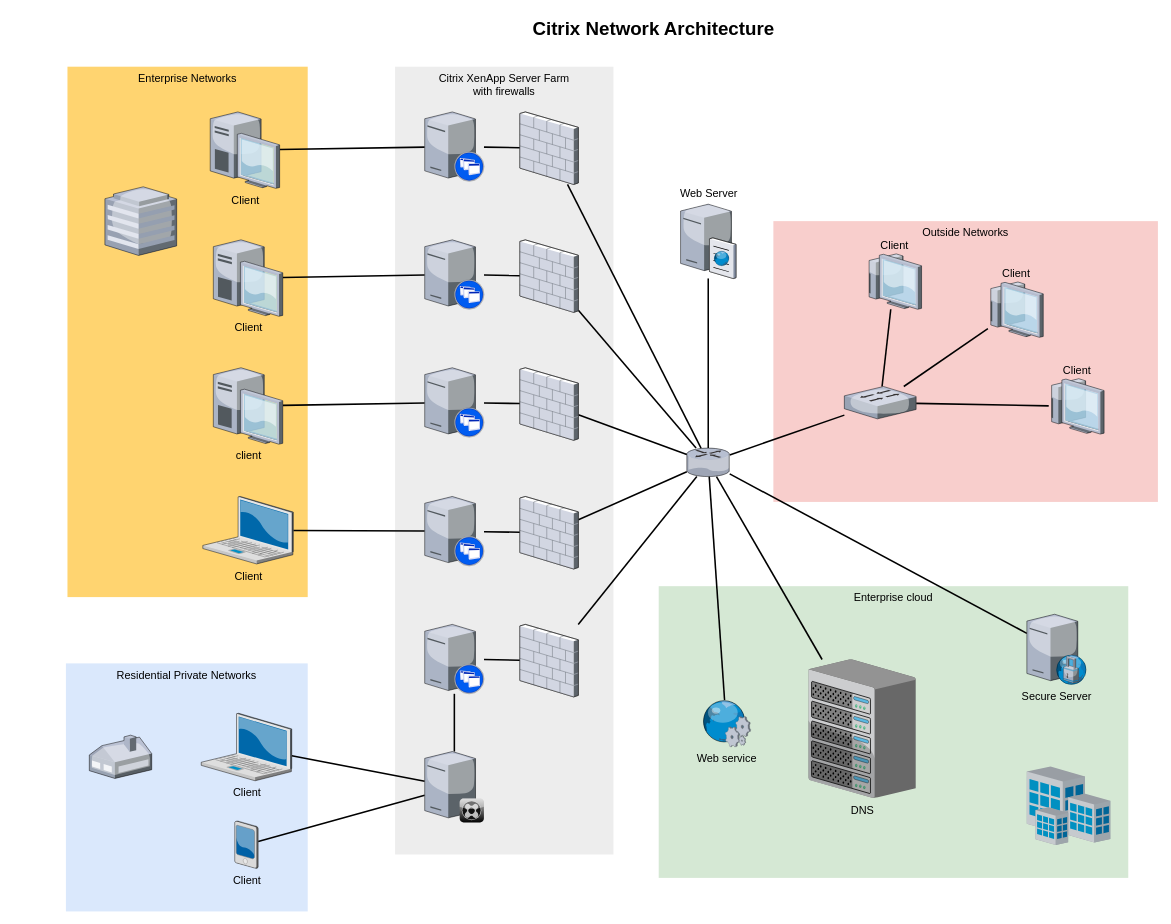
danrod96/network-diagrams keeps this draw.io diagram as files/Untitled Diagram.drawio. Above is the earlier version. Source tidied: cells renumbered, new cells numbered last; positions are measured from the earlier drawing's top-left corner, leaving out a move shared by most shapes. Both pictures are drawn from the tidied source at 78%, with x=0, y=0 at pixel (66, 13).
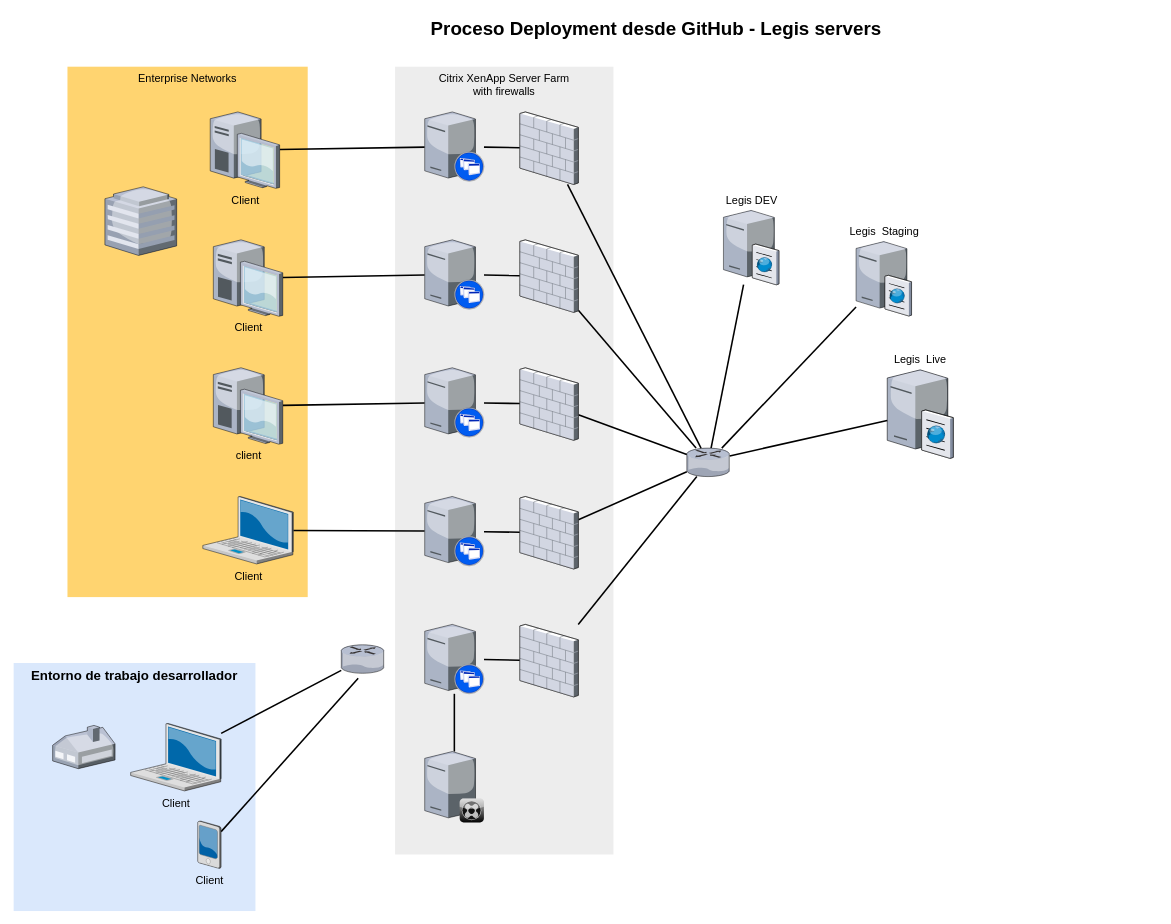
The same diagram, later.

The change refers to these unchanged cells:
```xml
<mxCell id="33" style="verticalLabelPosition=bottom;html=1;verticalAlign=top;strokeColor=none;shape=mxgraph.citrix.router;fillColor=#66B2FF;gradientColor=#0066CC;fontSize=14;" parent="1" vertex="1">
  <mxGeometry x="796" y="557" width="55" height="36.5" as="geometry" />
</mxCell>
<mxCell id="35" style="verticalLabelPosition=bottom;html=1;verticalAlign=top;strokeColor=none;shape=mxgraph.citrix.xenclient_synchronizer;fillColor=#CCCCCC;gradientColor=#000000;gradientDirection=south;fontSize=14;" parent="1" vertex="1">
  <mxGeometry x="460" y="946" width="76" height="91" as="geometry" />
</mxCell>
```

What changed in the source:
```diff
@@
-    <mxCell id="2" value="Outside Networks" style="whiteSpace=wrap;html=1;fillColor=#f8cecc;fontSize=14;strokeColor=none;verticalAlign=top;" parent="1" vertex="1">
-      <mxGeometry x="907" y="266" width="493" height="360" as="geometry" />
-    </mxCell>
-    <mxCell id="3" value="Enterprise cloud" style="whiteSpace=wrap;html=1;fillColor=#d5e8d4;fontSize=14;strokeColor=none;verticalAlign=top;" parent="1" vertex="1">
-      <mxGeometry x="760" y="734" width="602" height="374" as="geometry" />
-    </mxCell>
@@
-    <mxCell id="5" value="Residential Private Networks" style="whiteSpace=wrap;html=1;fillColor=#dae8fc;fontSize=14;strokeColor=none;verticalAlign=top;" parent="1" vertex="1">
-      <mxGeometry y="833" width="310" height="318" as="geometry" />
+    <mxCell id="5" value="&lt;b&gt;&lt;font style=&quot;font-size: 17px;&quot;&gt;Entorno de trabajo desarrollador&lt;/font&gt;&lt;/b&gt;" style="whiteSpace=wrap;html=1;fillColor=#dae8fc;fontSize=14;strokeColor=none;verticalAlign=top;" parent="1" vertex="1">
+      <mxGeometry x="-67" y="832.5" width="310" height="318" as="geometry" />
     </mxCell>
@@
-    <mxCell id="7" style="edgeStyle=none;rounded=0;html=1;startSize=10;endSize=10;jettySize=auto;fontSize=14;endArrow=none;endFill=0;strokeWidth=2;" parent="1" edge="1" source="8" target="35">
+    <mxCell id="7" style="edgeStyle=none;rounded=0;html=1;startSize=10;endSize=10;jettySize=auto;fontSize=14;endArrow=none;endFill=0;strokeWidth=2;" parent="1" edge="1" source="8" target="63">
       <mxGeometry relative="1" as="geometry" />
     </mxCell>
     <mxCell id="8" value="Client" style="verticalLabelPosition=bottom;html=1;verticalAlign=top;strokeColor=none;shape=mxgraph.citrix.laptop_2;fillColor=#66B2FF;gradientColor=#0066CC;fontSize=14;" parent="1" vertex="1">
-      <mxGeometry x="173.5" y="897" width="116" height="86.5" as="geometry" />
+      <mxGeometry x="83" y="910" width="116" height="86.5" as="geometry" />
     </mxCell>
@@
-    <mxCell id="17" style="edgeStyle=none;rounded=0;html=1;startSize=10;endSize=10;jettySize=auto;fontSize=14;endArrow=none;endFill=0;strokeWidth=2;" parent="1" edge="1" source="18" target="35">
+    <mxCell id="17" style="edgeStyle=none;rounded=0;html=1;startSize=10;endSize=10;jettySize=auto;fontSize=14;endArrow=none;endFill=0;strokeWidth=2;entryX=0.395;entryY=1.174;entryDx=0;entryDy=0;entryPerimeter=0;" parent="1" edge="1" source="18" target="63">
       <mxGeometry relative="1" as="geometry" />
     </mxCell>
     <mxCell id="18" value="Client" style="verticalLabelPosition=bottom;html=1;verticalAlign=top;strokeColor=none;shape=mxgraph.citrix.pda;fillColor=#66B2FF;gradientColor=#0066CC;fontSize=14;" parent="1" vertex="1">
-      <mxGeometry x="216.5" y="1035" width="30" height="61" as="geometry" />
+      <mxGeometry x="169" y="1035" width="30" height="61" as="geometry" />
     </mxCell>
@@
-    <mxCell id="29" style="edgeStyle=none;rounded=0;html=1;startSize=10;endSize=10;jettySize=auto;fontSize=14;endArrow=none;endFill=0;strokeWidth=2;" parent="1" edge="1" source="33" target="37">
-      <mxGeometry relative="1" as="geometry" />
-    </mxCell>
@@
-    <mxCell id="31" style="edgeStyle=none;rounded=0;html=1;startSize=10;endSize=10;jettySize=auto;fontSize=14;endArrow=none;endFill=0;strokeWidth=2;" parent="1" edge="1" source="33" target="54">
+    <mxCell id="31" style="edgeStyle=none;rounded=0;html=1;startSize=10;endSize=10;jettySize=auto;fontSize=14;endArrow=none;endFill=0;strokeWidth=2;" parent="1" edge="1" source="33" target="62">
       <mxGeometry relative="1" as="geometry" />
     </mxCell>
-    <mxCell id="32" style="edgeStyle=none;rounded=0;html=1;startSize=10;endSize=10;jettySize=auto;fontSize=14;endArrow=none;endFill=0;strokeWidth=2;" parent="1" edge="1" source="33" target="50">
-      <mxGeometry relative="1" as="geometry" />
-    </mxCell>
@@
-    <mxCell id="36" value="Web Server" style="verticalLabelPosition=top;html=1;verticalAlign=bottom;strokeColor=none;shape=mxgraph.citrix.cache_server;fillColor=#66B2FF;gradientColor=#0066CC;fontSize=14;labelPosition=center;align=center;" parent="1" vertex="1">
-      <mxGeometry x="788" y="242" width="71" height="97.5" as="geometry" />
+    <mxCell id="36" value="Legis DEV" style="verticalLabelPosition=top;html=1;verticalAlign=bottom;strokeColor=none;shape=mxgraph.citrix.cache_server;fillColor=#66B2FF;gradientColor=#0066CC;fontSize=14;labelPosition=center;align=center;" parent="1" vertex="1">
+      <mxGeometry x="843" y="250" width="71" height="97.5" as="geometry" />
     </mxCell>
-    <mxCell id="37" value="DNS" style="verticalLabelPosition=bottom;html=1;verticalAlign=top;strokeColor=none;shape=mxgraph.citrix.chassis;fillColor=#66B2FF;gradientColor=#0066CC;fontSize=14;" parent="1" vertex="1">
-      <mxGeometry x="952" y="828" width="137.5" height="177.5" as="geometry" />
-    </mxCell>
@@
     <mxCell id="48" style="verticalLabelPosition=bottom;html=1;verticalAlign=top;strokeColor=none;shape=mxgraph.citrix.home_office;fillColor=#66B2FF;gradientColor=#0066CC;fontSize=14;" parent="1" vertex="1">
-      <mxGeometry x="30" y="925" width="80" height="55.5" as="geometry" />
+      <mxGeometry x="-17" y="912.5" width="80" height="55.5" as="geometry" />
     </mxCell>
@@
-    <mxCell id="50" value="Secure Server" style="verticalLabelPosition=bottom;html=1;verticalAlign=top;strokeColor=none;shape=mxgraph.citrix.proxy_server;fillColor=#66B2FF;gradientColor=#0066CC;fontSize=14;" parent="1" vertex="1">
-      <mxGeometry x="1232" y="770" width="76.5" height="90" as="geometry" />
-    </mxCell>
-    <mxCell id="51" style="edgeStyle=none;rounded=0;html=1;startSize=10;endSize=10;jettySize=auto;fontSize=14;endArrow=none;endFill=0;strokeWidth=2;" parent="1" edge="1" source="54" target="57">
-      <mxGeometry relative="1" as="geometry" />
-    </mxCell>
-    <mxCell id="52" style="edgeStyle=none;rounded=0;html=1;startSize=10;endSize=10;jettySize=auto;fontSize=14;endArrow=none;endFill=0;strokeWidth=2;" parent="1" edge="1" source="54" target="56">
-      <mxGeometry relative="1" as="geometry" />
-    </mxCell>
-    <mxCell id="53" style="edgeStyle=none;rounded=0;html=1;startSize=10;endSize=10;jettySize=auto;fontSize=14;endArrow=none;endFill=0;strokeWidth=2;" parent="1" edge="1" source="54" target="55">
-      <mxGeometry relative="1" as="geometry" />
-    </mxCell>
-    <mxCell id="54" style="verticalLabelPosition=bottom;html=1;verticalAlign=top;strokeColor=none;shape=mxgraph.citrix.switch;fillColor=#66B2FF;gradientColor=#0066CC;fontSize=14;" parent="1" vertex="1">
-      <mxGeometry x="998" y="478" width="92" height="41.5" as="geometry" />
-    </mxCell>
-    <mxCell id="55" value="Client" style="verticalLabelPosition=top;html=1;verticalAlign=bottom;strokeColor=none;shape=mxgraph.citrix.thin_client;fillColor=#66B2FF;gradientColor=#0066CC;fontSize=14;labelPosition=center;align=center;" parent="1" vertex="1">
-      <mxGeometry x="1260" y="468" width="71" height="71" as="geometry" />
-    </mxCell>
-    <mxCell id="56" value="Client" style="verticalLabelPosition=top;html=1;verticalAlign=bottom;strokeColor=none;shape=mxgraph.citrix.thin_client;fillColor=#66B2FF;gradientColor=#0066CC;fontSize=14;labelPosition=center;align=center;" parent="1" vertex="1">
-      <mxGeometry x="1182" y="344" width="71" height="71" as="geometry" />
-    </mxCell>
-    <mxCell id="57" value="Client" style="verticalLabelPosition=top;html=1;verticalAlign=bottom;strokeColor=none;shape=mxgraph.citrix.thin_client;fillColor=#66B2FF;gradientColor=#0066CC;fontSize=14;labelPosition=center;align=center;" parent="1" vertex="1">
-      <mxGeometry x="1026" y="308" width="71" height="71" as="geometry" />
-    </mxCell>
-    <mxCell id="58" style="edgeStyle=none;rounded=0;html=1;startSize=10;endSize=10;jettySize=auto;fontSize=14;endArrow=none;endFill=0;strokeWidth=2;" parent="1" edge="1" source="59" target="33">
-      <mxGeometry relative="1" as="geometry" />
-    </mxCell>
-    <mxCell id="59" value="Web service" style="verticalLabelPosition=bottom;html=1;verticalAlign=top;strokeColor=none;shape=mxgraph.citrix.web_service;fillColor=#66B2FF;gradientColor=#0066CC;fontSize=14;" parent="1" vertex="1">
-      <mxGeometry x="815" y="880" width="63" height="60" as="geometry" />
-    </mxCell>
-    <mxCell id="60" style="verticalLabelPosition=bottom;html=1;verticalAlign=top;strokeColor=none;shape=mxgraph.citrix.site;fillColor=#66B2FF;gradientColor=#0066CC;fontSize=14;" parent="1" vertex="1">
-      <mxGeometry x="1232" y="965" width="107" height="101" as="geometry" />
-    </mxCell>
-    <mxCell id="61" value="Citrix Network Architecture" style="text;strokeColor=none;fillColor=none;html=1;fontSize=24;fontStyle=1;verticalAlign=middle;align=center;" parent="1" vertex="1">
+    <mxCell id="61" value="&lt;span style=&quot;white-space: pre;&quot;&gt; &lt;/span&gt;Proceso Deployment desde GitHub - Legis servers" style="text;strokeColor=none;fillColor=none;html=1;fontSize=24;fontStyle=1;verticalAlign=middle;align=center;" parent="1" vertex="1">
       <mxGeometry x="322" width="861" height="40" as="geometry" />
     </mxCell>
+    <mxCell id="62" value="Legis&amp;nbsp; Staging" style="verticalLabelPosition=top;html=1;verticalAlign=bottom;strokeColor=none;shape=mxgraph.citrix.cache_server;fillColor=#66B2FF;gradientColor=#0066CC;fontSize=14;labelPosition=center;align=center;" parent="1" vertex="1">
+      <mxGeometry x="1013" y="290" width="71" height="97.5" as="geometry" />
+    </mxCell>
+    <mxCell id="63" style="verticalLabelPosition=bottom;html=1;verticalAlign=top;strokeColor=none;shape=mxgraph.citrix.router;fillColor=#66B2FF;gradientColor=#0066CC;fontSize=14;" parent="1" vertex="1">
+      <mxGeometry x="353" y="809.2" width="55" height="36.5" as="geometry" />
+    </mxCell>
+    <mxCell id="64" value="Legis&amp;nbsp; Live" style="verticalLabelPosition=top;html=1;verticalAlign=bottom;strokeColor=none;shape=mxgraph.citrix.cache_server;fillColor=#66B2FF;gradientColor=#0066CC;fontSize=14;labelPosition=center;align=center;" parent="1" vertex="1">
+      <mxGeometry x="1053" y="454" width="84.5" height="116" as="geometry" />
+    </mxCell>
+    <mxCell id="65" style="edgeStyle=none;rounded=0;html=1;startSize=10;endSize=10;jettySize=auto;fontSize=14;endArrow=none;endFill=0;strokeWidth=2;" parent="1" edge="1" target="64">
+      <mxGeometry relative="1" as="geometry">
+        <mxPoint x="851" y="567" as="sourcePoint" />
+      </mxGeometry>
+    </mxCell>
```
